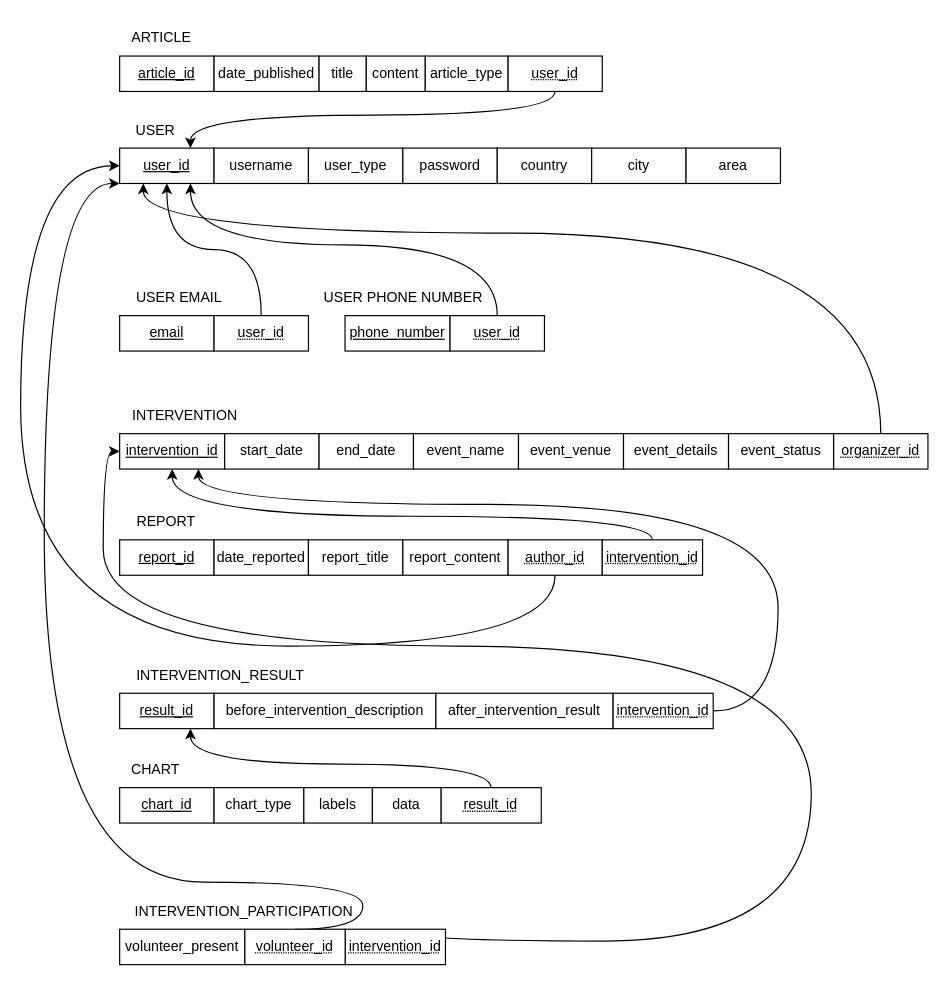
Before: relational_schema.drawio in BloodRiver/public-health-interventions, a draw.io diagram. Source tidied: cells renumbered, new cells numbered last; positions are measured from the earlier drawing's top-left corner, leaving out a move shared by most shapes. Both pictures are drawn from the tidied source at 118%, with x=0, y=0 at pixel (20, 20).
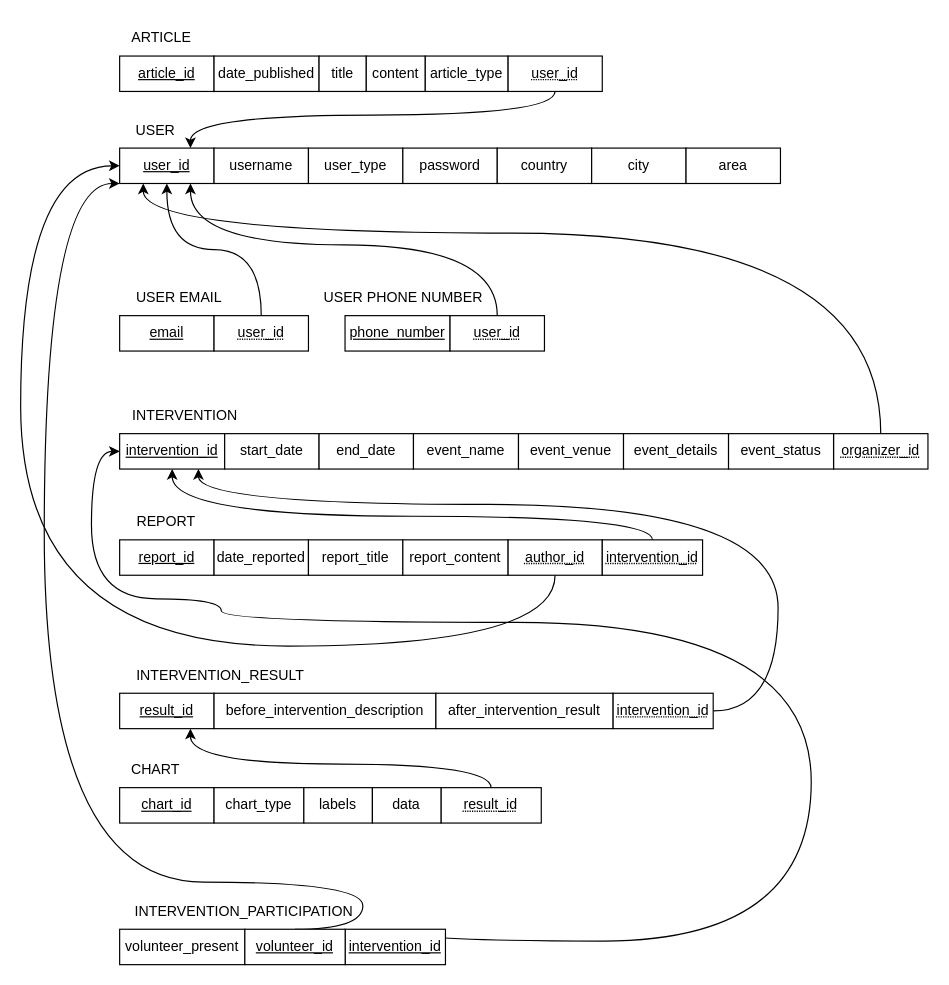
Above is the later version.

The change refers to these unchanged cells:
```xml
<mxCell id="35" value="&lt;u&gt;intervention_id&lt;/u&gt;" style="rounded=0;whiteSpace=wrap;html=1;" parent="1" vertex="1">
  <mxGeometry x="83.9" y="350" width="89" height="30" as="geometry" />
</mxCell>
```

What changed in the source:
```diff
@@
     <mxCell id="52" style="edgeStyle=orthogonalEdgeStyle;rounded=0;jettySize=auto;html=1;entryX=0;entryY=0.5;entryDx=0;entryDy=0;curved=1;exitX=0.5;exitY=0;exitDx=0;exitDy=0;" parent="1" edge="1" source="53" target="35">
       <mxGeometry relative="1" as="geometry">
         <Array as="points">
-          <mxPoint x="317" y="780" />
+          <mxPoint x="318" y="780" />
           <mxPoint x="670" y="780" />
-          <mxPoint x="670" y="530" />
-          <mxPoint x="70" y="530" />
-          <mxPoint x="70" y="365" />
+          <mxPoint x="670" y="510" />
+          <mxPoint x="170" y="510" />
+          <mxPoint x="170" y="490" />
+          <mxPoint x="60" y="490" />
+          <mxPoint x="60" y="365" />
         </Array>
       </mxGeometry>
     </mxCell>
-    <mxCell id="53" value="&lt;u style=&quot;text-decoration: dotted underline&quot;&gt;intervention_id&lt;/u&gt;" style="rounded=0;whiteSpace=wrap;html=1;" parent="1" vertex="1">
+    <mxCell id="53" value="&lt;span style=&quot;&quot;&gt;intervention_id&lt;/span&gt;" style="rounded=0;whiteSpace=wrap;html=1;fontStyle=4;" parent="1" vertex="1">
       <mxGeometry x="275" y="770" width="85" height="30" as="geometry" />
     </mxCell>
@@
-    <mxCell id="56" value="&lt;u style=&quot;text-decoration: dotted underline&quot;&gt;volunteer_id&lt;/u&gt;" style="rounded=0;whiteSpace=wrap;html=1;" parent="1" vertex="1">
+    <mxCell id="56" value="&lt;span style=&quot;&quot;&gt;volunteer_id&lt;/span&gt;" style="rounded=0;whiteSpace=wrap;html=1;fontStyle=4;" parent="1" vertex="1">
       <mxGeometry x="190" y="770" width="85" height="30" as="geometry" />
     </mxCell>
```
